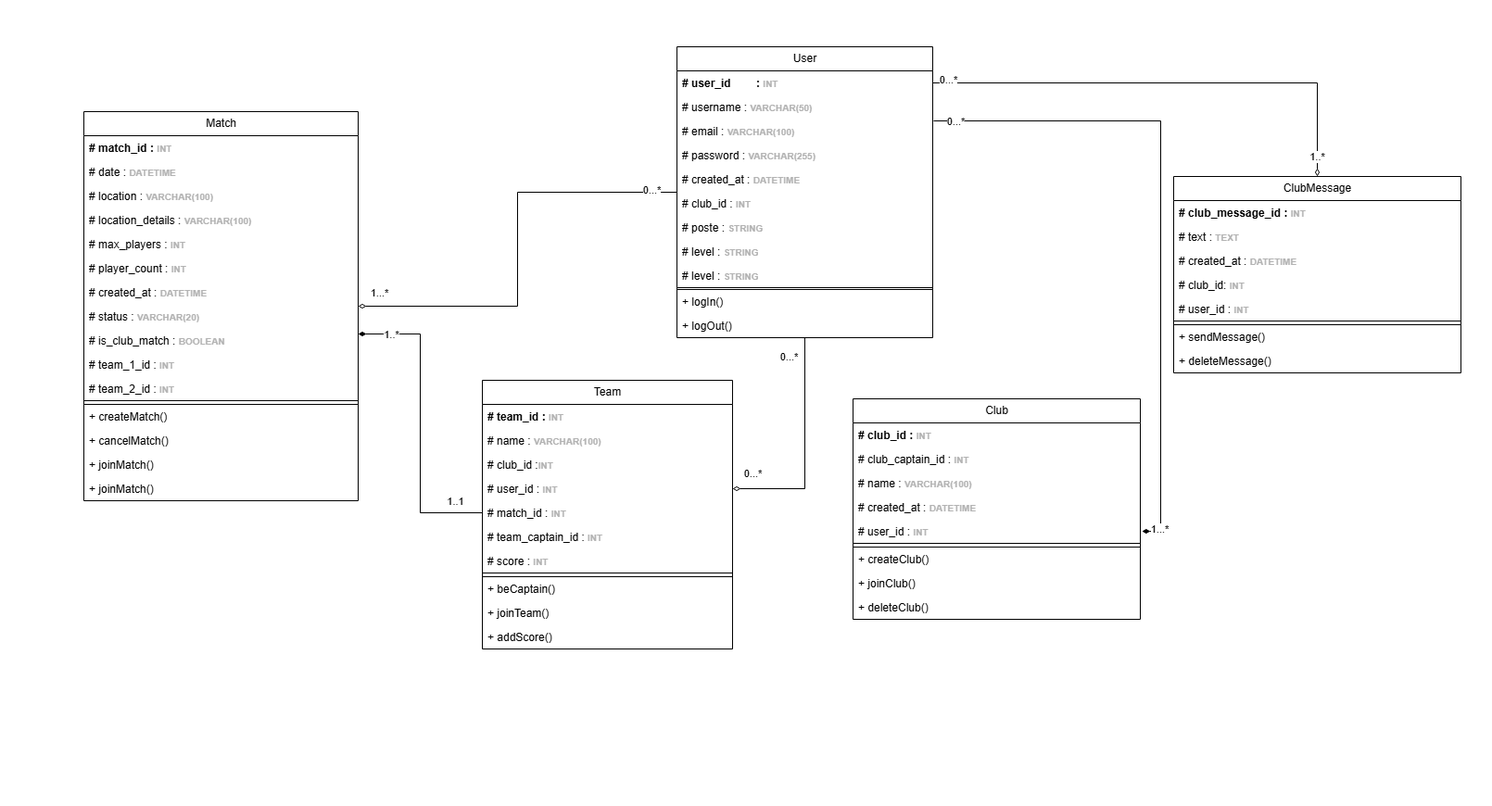
The draw.io diagram UML Classes.drawio.png in Mathistrg/Styx, before a commit. Source tidied: cells renumbered, new cells last; positions are measured from the earlier drawing's top-left corner, leaving out a move shared by most shapes.
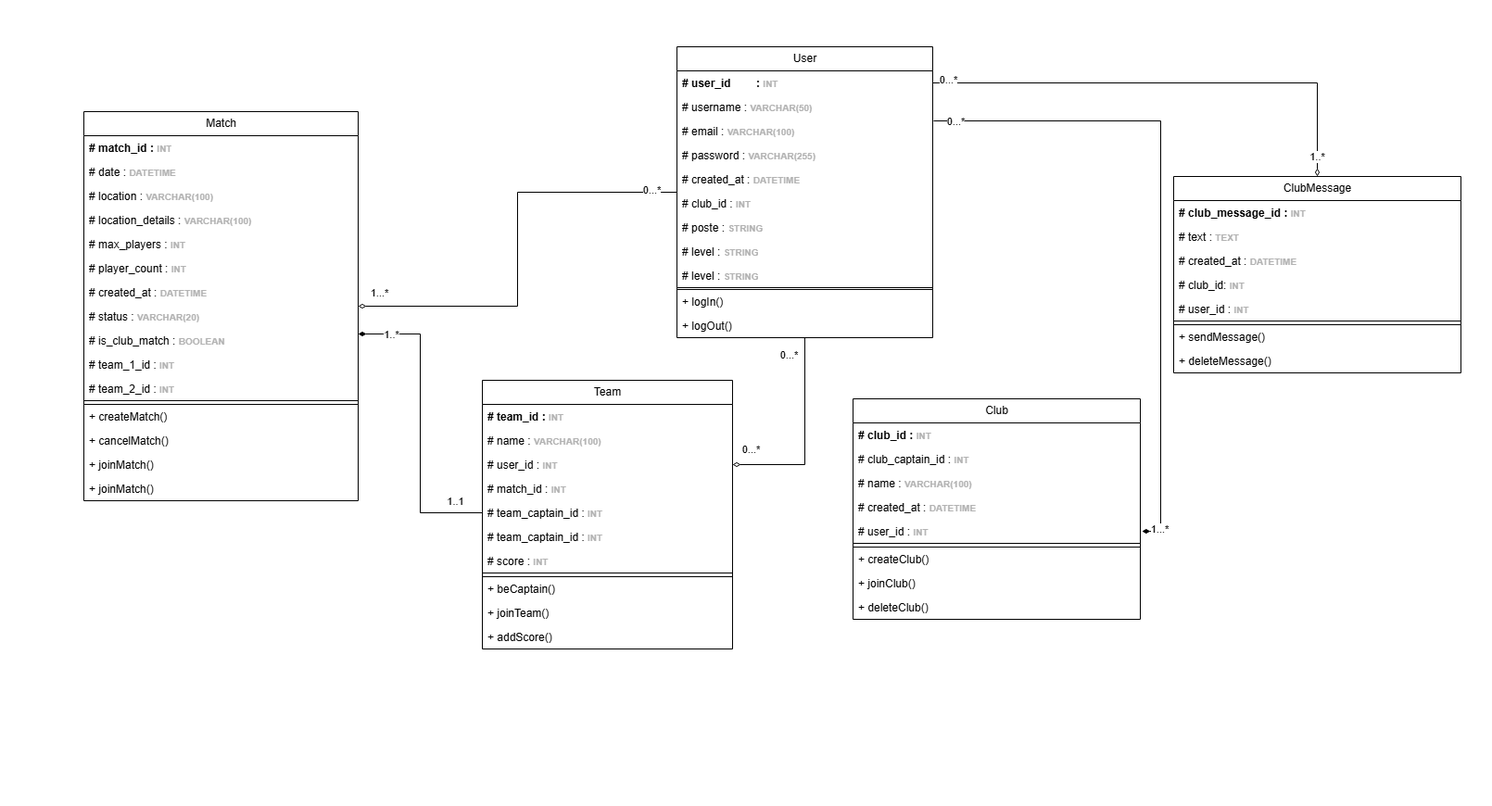
Above is the later version.

Commit message:
Mettre à jour UML Classes.drawio.png

Diff of the diagram source:
```diff
@@ -145,15 +145,15 @@
     <mxCell id="48" value="# name :&amp;nbsp;&lt;b style=&quot;color: rgb(179, 179, 179); font-size: 10px;&quot;&gt;VARCHAR(100)&amp;nbsp;&lt;/b&gt;" style="text;strokeColor=none;fillColor=none;align=left;verticalAlign=top;spacingLeft=4;spacingRight=4;overflow=hidden;whiteSpace=wrap;html=1;" parent="46" vertex="1">
       <mxGeometry y="52" width="270" height="26" as="geometry" />
     </mxCell>
-    <mxCell id="49" value="# club_id :&lt;b style=&quot;color: rgb(179, 179, 179); font-size: 10px;&quot;&gt;INT&amp;nbsp;&lt;/b&gt;" style="text;strokeColor=none;fillColor=none;align=left;verticalAlign=top;spacingLeft=4;spacingRight=4;overflow=hidden;whiteSpace=wrap;html=1;" parent="46" vertex="1">
-      <mxGeometry y="78" width="270" height="26" as="geometry" />
-    </mxCell>
     <mxCell id="50" value="# user_id :&amp;nbsp;&lt;b style=&quot;color: rgb(179, 179, 179); font-size: 10px;&quot;&gt;INT&amp;nbsp;&lt;/b&gt;" style="text;strokeColor=none;fillColor=none;align=left;verticalAlign=top;spacingLeft=4;spacingRight=4;overflow=hidden;points=[[0,0.5],[1,0.5]];portConstraint=eastwest;whiteSpace=wrap;html=1;" parent="46" vertex="1">
-      <mxGeometry y="104" width="270" height="26" as="geometry" />
+      <mxGeometry y="78" width="270" height="26" as="geometry" />
     </mxCell>
     <mxCell id="51" value="# match_id :&amp;nbsp;&lt;b style=&quot;color: rgb(179, 179, 179); font-size: 10px;&quot;&gt;INT&amp;nbsp;&lt;/b&gt;" style="text;strokeColor=none;fillColor=none;align=left;verticalAlign=top;spacingLeft=4;spacingRight=4;overflow=hidden;points=[[0,0.5],[1,0.5]];portConstraint=eastwest;whiteSpace=wrap;html=1;" parent="46" vertex="1">
-      <mxGeometry y="130" width="270" height="26" as="geometry" />
+      <mxGeometry y="104" width="270" height="26" as="geometry" />
     </mxCell>
+    <mxCell id="79" value="# team_captain_id :&amp;nbsp;&lt;b style=&quot;color: rgb(179, 179, 179); font-size: 10px;&quot;&gt;INT&amp;nbsp;&lt;/b&gt;" style="text;strokeColor=none;fillColor=none;align=left;verticalAlign=top;spacingLeft=4;spacingRight=4;overflow=hidden;points=[[0,0.5],[1,0.5]];portConstraint=eastwest;whiteSpace=wrap;html=1;" parent="46" vertex="1">
+      <mxGeometry y="130" width="270" height="26" as="geometry" />
+    </mxCell>
     <mxCell id="52" value="# team_captain_id :&amp;nbsp;&lt;b style=&quot;color: rgb(179, 179, 179); font-size: 10px;&quot;&gt;INT&amp;nbsp;&lt;/b&gt;" style="text;strokeColor=none;fillColor=none;align=left;verticalAlign=top;spacingLeft=4;spacingRight=4;overflow=hidden;whiteSpace=wrap;html=1;" parent="46" vertex="1">
       <mxGeometry y="156" width="270" height="26" as="geometry" />
     </mxCell>
@@ -172,7 +172,7 @@
     <mxCell id="57" value="+ addScore()" style="text;strokeColor=none;fillColor=none;align=left;verticalAlign=top;spacingLeft=4;spacingRight=4;overflow=hidden;whiteSpace=wrap;html=1;" parent="46" vertex="1">
       <mxGeometry y="264" width="270" height="26" as="geometry" />
     </mxCell>
-    <mxCell id="58" style="edgeStyle=orthogonalEdgeStyle;rounded=0;jettySize=auto;html=1;endArrow=diamondThin;endFill=1;strokeWidth=1;" parent="1" edge="1" source="51" target="19">
+    <mxCell id="58" style="edgeStyle=orthogonalEdgeStyle;rounded=0;jettySize=auto;html=1;endArrow=diamondThin;endFill=1;strokeWidth=1;exitX=0;exitY=0.5;exitDx=0;exitDy=0;" parent="1" edge="1" source="79" target="19">
       <mxGeometry relative="1" as="geometry">
         <Array as="points">
           <mxPoint x="453" y="553" />
```
